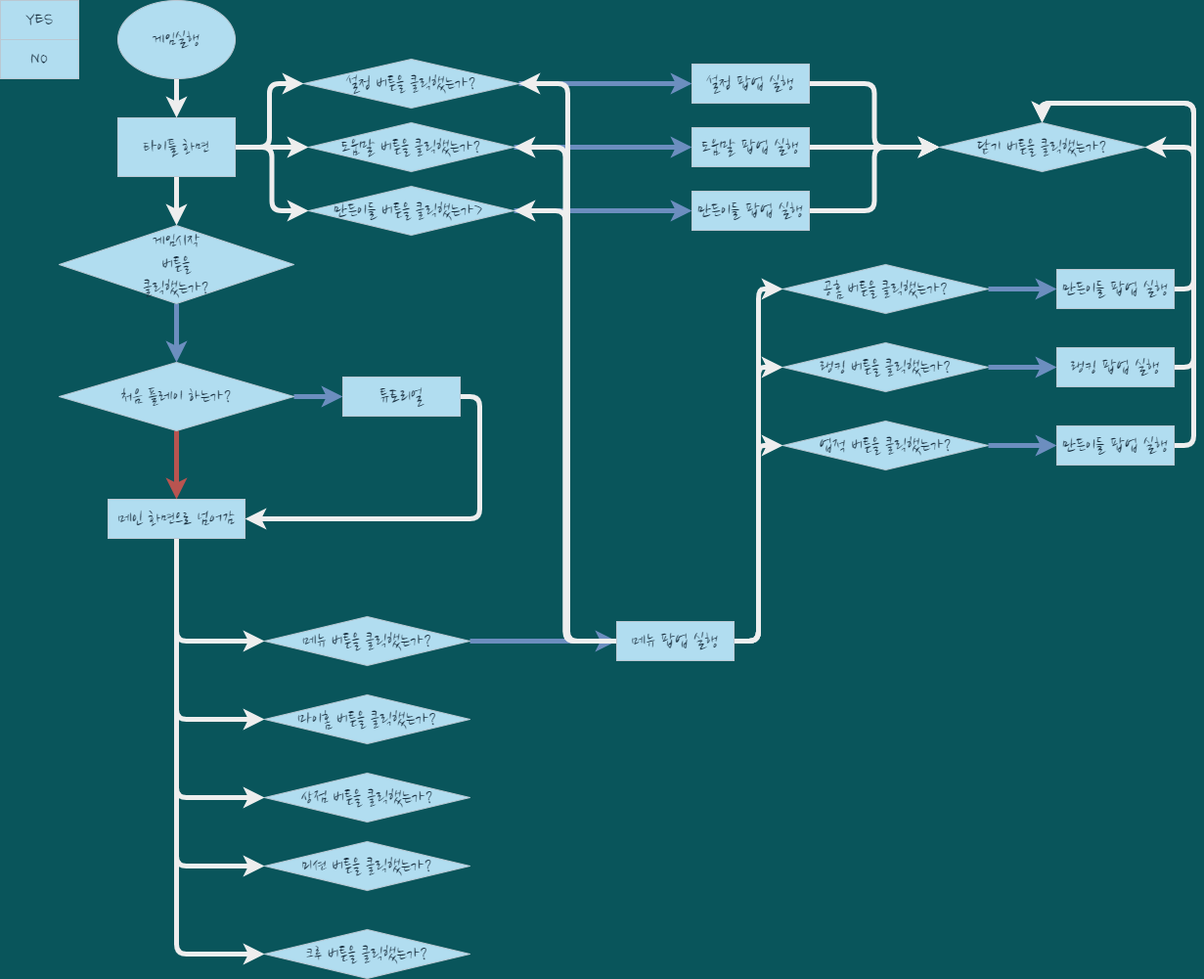
The draw.io diagram gameplay_flowchat.drawio.png in kinesis19/stac_project_SME, before a commit. Source tidied: cells renumbered, new cells last; positions are measured from the earlier drawing's top-left corner, leaving out a move shared by most shapes.
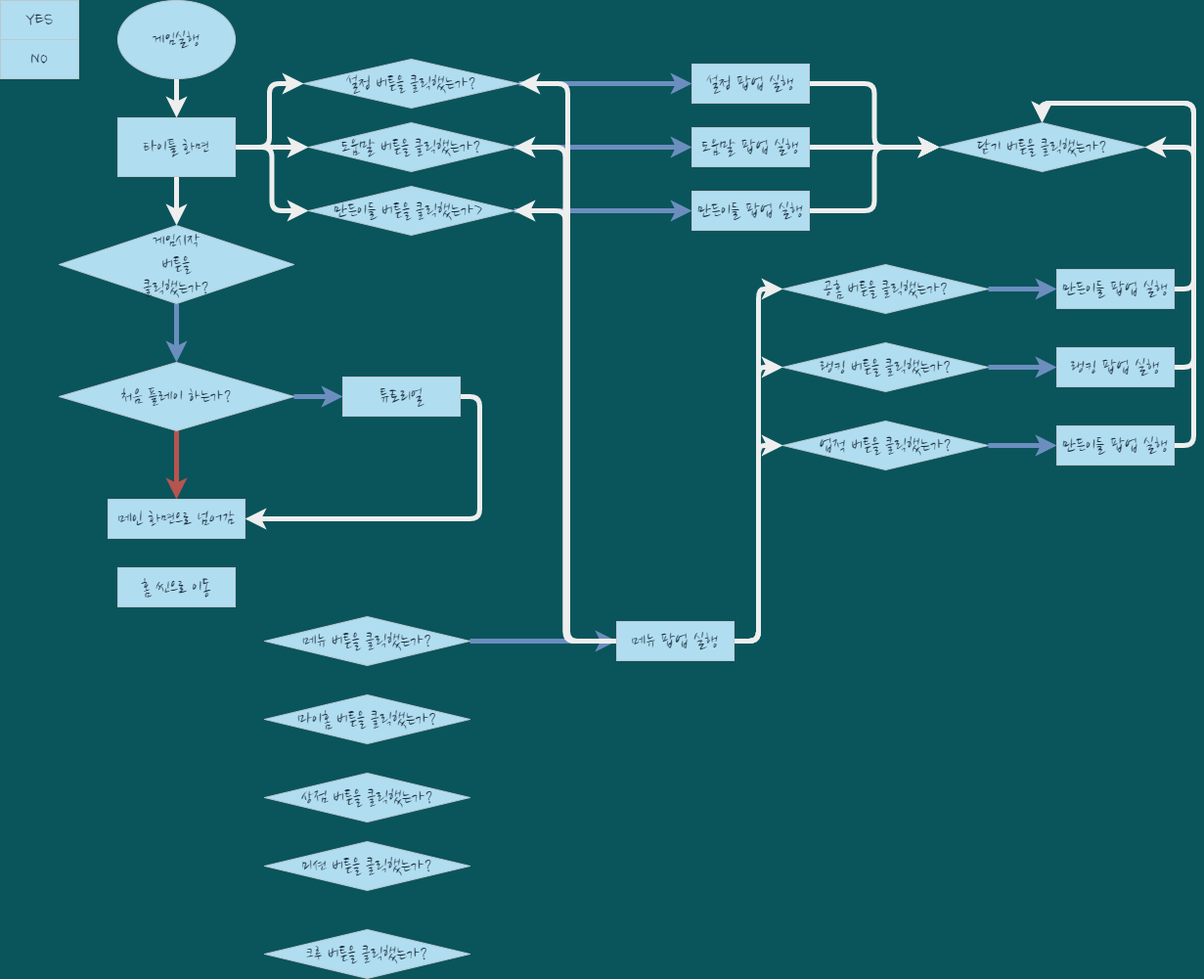
The same file after the commit.

Change to the diagram source:
```diff
@@ -88,21 +88,6 @@
     <mxCell id="29" value="튜토리얼" style="rounded=0;whiteSpace=wrap;html=1;sketch=0;fontFamily=Nanum Brush Script;fontSource=https%3A%2F%2Ffonts.googleapis.com%2Fcss%3Ffamily%3DNanum%2BBrush%2BScript;fontSize=20;fillColor=#B1DDF0;strokeColor=#BAC8D3;fontColor=#182E3E;" parent="1" vertex="1">
       <mxGeometry x="350" y="385" width="120" height="40" as="geometry" />
     </mxCell>
-    <mxCell id="30" style="edgeStyle=orthogonalEdgeStyle;curved=0;rounded=1;sketch=0;jettySize=auto;html=1;exitX=0.5;exitY=1;exitDx=0;exitDy=0;entryX=0;entryY=0.5;entryDx=0;entryDy=0;fontColor=#FFFFFF;strokeColor=#EEEEEE;strokeWidth=5;" parent="1" edge="1" source="35" target="37">
-      <mxGeometry relative="1" as="geometry" />
-    </mxCell>
-    <mxCell id="31" style="edgeStyle=orthogonalEdgeStyle;curved=0;rounded=1;sketch=0;jettySize=auto;html=1;exitX=0.5;exitY=1;exitDx=0;exitDy=0;entryX=0;entryY=0.5;entryDx=0;entryDy=0;fontColor=#FFFFFF;strokeColor=#EEEEEE;strokeWidth=5;" parent="1" edge="1" source="35" target="58">
-      <mxGeometry relative="1" as="geometry" />
-    </mxCell>
-    <mxCell id="32" style="edgeStyle=orthogonalEdgeStyle;curved=0;rounded=1;sketch=0;jettySize=auto;html=1;exitX=0.5;exitY=1;exitDx=0;exitDy=0;entryX=0;entryY=0.5;entryDx=0;entryDy=0;fontColor=#FFFFFF;strokeColor=#EEEEEE;strokeWidth=5;" parent="1" edge="1" source="35" target="59">
-      <mxGeometry relative="1" as="geometry" />
-    </mxCell>
-    <mxCell id="33" style="edgeStyle=orthogonalEdgeStyle;curved=0;rounded=1;sketch=0;jettySize=auto;html=1;exitX=0.5;exitY=1;exitDx=0;exitDy=0;entryX=0;entryY=0.5;entryDx=0;entryDy=0;fontColor=#FFFFFF;strokeColor=#EEEEEE;strokeWidth=5;" parent="1" edge="1" source="35" target="60">
-      <mxGeometry relative="1" as="geometry" />
-    </mxCell>
-    <mxCell id="34" style="edgeStyle=orthogonalEdgeStyle;curved=0;rounded=1;sketch=0;jettySize=auto;html=1;exitX=0.5;exitY=1;exitDx=0;exitDy=0;entryX=0;entryY=0.5;entryDx=0;entryDy=0;fontColor=#FFFFFF;strokeColor=#EEEEEE;strokeWidth=5;" parent="1" edge="1" source="35" target="61">
-      <mxGeometry relative="1" as="geometry" />
-    </mxCell>
     <mxCell id="35" value="메인 화면으로 넘어감" style="rounded=0;whiteSpace=wrap;html=1;sketch=0;fontFamily=Nanum Brush Script;fontSource=https%3A%2F%2Ffonts.googleapis.com%2Fcss%3Ffamily%3DNanum%2BBrush%2BScript;fontSize=20;fillColor=#B1DDF0;strokeColor=#BAC8D3;fontColor=#182E3E;" parent="1" vertex="1">
       <mxGeometry x="110" y="510" width="140" height="40" as="geometry" />
     </mxCell>
@@ -188,5 +173,8 @@
     <mxCell id="61" value="크루 버튼을 클릭했는가?" style="rhombus;whiteSpace=wrap;html=1;rounded=0;sketch=0;fontFamily=Nanum Brush Script;fontSource=https%3A%2F%2Ffonts.googleapis.com%2Fcss%3Ffamily%3DNanum%2BBrush%2BScript;fontSize=20;fillColor=#B1DDF0;strokeColor=#BAC8D3;fontColor=#182E3E;" parent="1" vertex="1">
       <mxGeometry x="270" y="950" width="210" height="50" as="geometry" />
     </mxCell>
+    <mxCell id="62" value="홈 씬으로 이동" style="rounded=0;whiteSpace=wrap;html=1;sketch=0;fontFamily=Nanum Brush Script;fontSource=https%3A%2F%2Ffonts.googleapis.com%2Fcss%3Ffamily%3DNanum%2BBrush%2BScript;fontSize=20;fillColor=#B1DDF0;strokeColor=#BAC8D3;fontColor=#182E3E;" parent="1" vertex="1">
+      <mxGeometry x="120" y="580" width="120" height="40" as="geometry" />
+    </mxCell>
   </root>
 </mxGraphModel>
```
